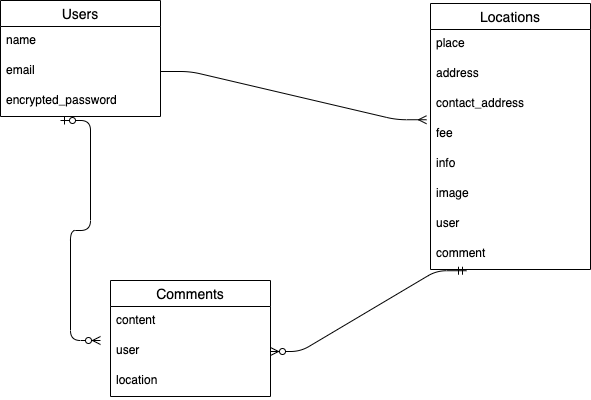
Before: ER.drawio.png, a diagram exported from draw.io (yurika0705/food-truck). Source tidied: cells renumbered, new cells last; positions are measured from the earlier drawing's top-left corner, leaving out a move shared by most shapes.
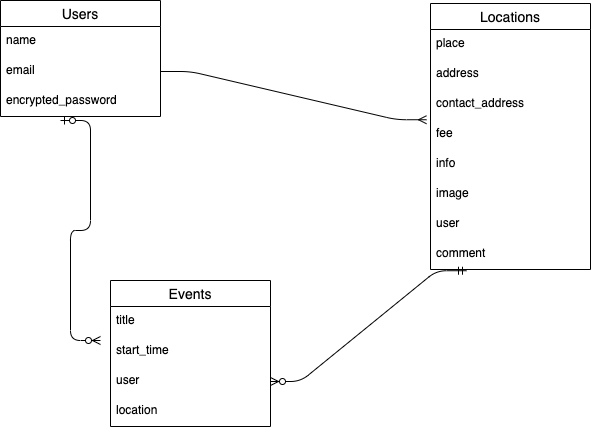
After the commit.

Change to the diagram source:
```diff
@@ -41,17 +41,20 @@
     <mxCell id="14" value="comment" style="text;strokeColor=none;fillColor=none;spacingLeft=4;spacingRight=4;overflow=hidden;points=[[0,0.5],[1,0.5]];portConstraint=eastwest;fontSize=12;" parent="6" vertex="1">
       <mxGeometry y="236" width="160" height="30" as="geometry" />
     </mxCell>
-    <mxCell id="15" value="Comments" style="swimlane;fontStyle=0;horizontal=1;startSize=26;align=center;fontSize=14;" parent="1" vertex="1">
-      <mxGeometry x="110" y="280" width="160" height="116" as="geometry" />
+    <mxCell id="15" value="Events" style="swimlane;fontStyle=0;horizontal=1;startSize=26;align=center;fontSize=14;" parent="1" vertex="1">
+      <mxGeometry x="110" y="280" width="160" height="146" as="geometry" />
     </mxCell>
-    <mxCell id="16" value="content" style="text;strokeColor=none;fillColor=none;spacingLeft=4;spacingRight=4;overflow=hidden;fontSize=12;" parent="15" vertex="1">
-      <mxGeometry y="26" width="160" height="30" as="geometry" />
-    </mxCell>
+    <mxCell id="22" value="title" style="text;strokeColor=none;fillColor=none;spacingLeft=4;spacingRight=4;overflow=hidden;fontSize=12;" parent="15" vertex="1">
+      <mxGeometry y="26" width="160" height="30" as="geometry" />
+    </mxCell>
+    <mxCell id="23" value="start_time" style="text;strokeColor=none;fillColor=none;spacingLeft=4;spacingRight=4;overflow=hidden;fontSize=12;" parent="15" vertex="1">
+      <mxGeometry y="56" width="160" height="30" as="geometry" />
+    </mxCell>
     <mxCell id="17" value="user" style="text;strokeColor=none;fillColor=none;spacingLeft=4;spacingRight=4;overflow=hidden;points=[[0,0.5],[1,0.5]];portConstraint=eastwest;fontSize=12;" parent="15" vertex="1">
-      <mxGeometry y="56" width="160" height="30" as="geometry" />
+      <mxGeometry y="86" width="160" height="30" as="geometry" />
     </mxCell>
     <mxCell id="18" value="location" style="text;strokeColor=none;fillColor=none;spacingLeft=4;spacingRight=4;overflow=hidden;fontSize=12;" parent="15" vertex="1">
-      <mxGeometry y="86" width="160" height="30" as="geometry" />
+      <mxGeometry y="116" width="160" height="30" as="geometry" />
     </mxCell>
     <mxCell id="19" style="edgeStyle=entityRelationEdgeStyle;fontSize=12;html=1;endArrow=ERmany;exitX=1;exitY=0.5;exitDx=0;exitDy=0;entryX=-0.025;entryY=0.008;entryDx=0;entryDy=0;entryPerimeter=0;" parent="1" edge="1" source="4" target="10">
       <mxGeometry relative="1" as="geometry" />
```
